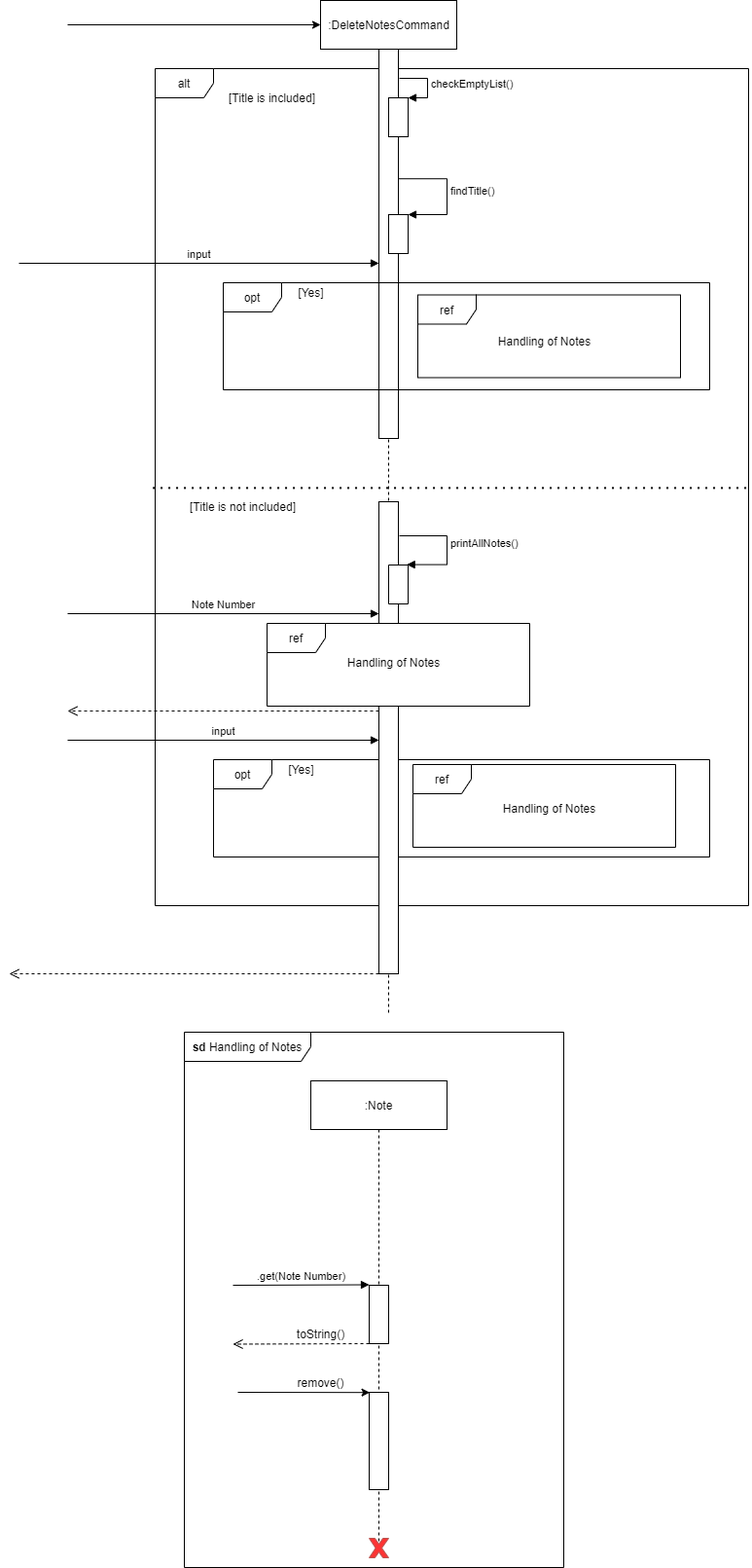
Before: docs/images/DeveloperGuide/Figure 4.5-2.png, a diagram exported from draw.io (skyaxe97/tp). Source tidied: cells renumbered, new cells last; positions are measured from the earlier drawing's top-left corner, leaving out a move shared by most shapes.
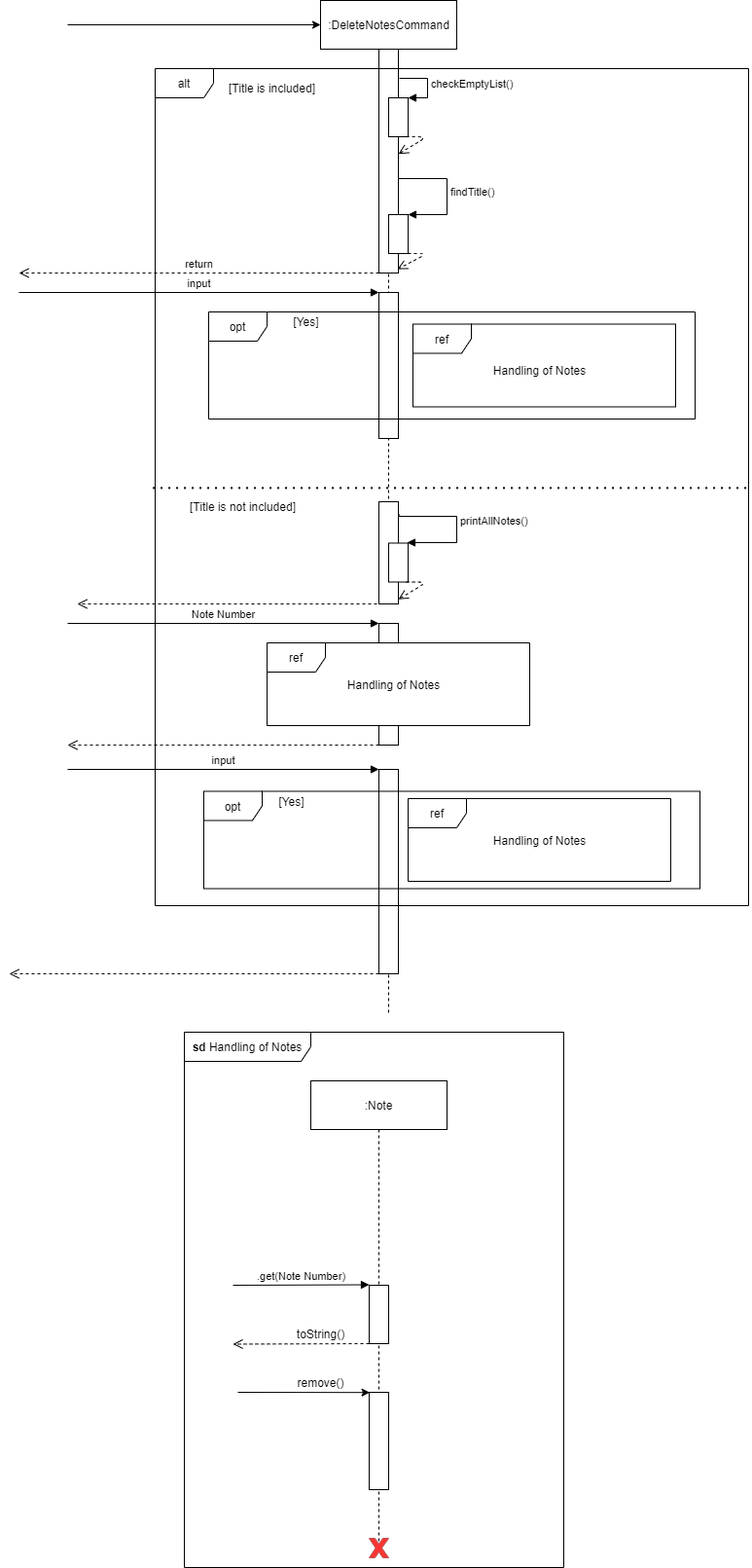
Later version of the same file.

The edit, as a diff of the source:
```diff
@@ -2,15 +2,15 @@
   <root>
     <mxCell id="0" />
     <mxCell id="1" parent="0" />
-    <mxCell id="2" value="ref" style="shape=umlFrame;whiteSpace=wrap;html=1;fillColor=#FFFFFF;" parent="1" vertex="1">
-      <mxGeometry x="265" y="640" width="270" height="85" as="geometry" />
-    </mxCell>
-    <mxCell id="3" value="opt" style="shape=umlFrame;whiteSpace=wrap;html=1;" parent="1" vertex="1">
-      <mxGeometry x="210" y="780" width="510" height="100" as="geometry" />
-    </mxCell>
-    <mxCell id="4" value="alt" style="shape=umlFrame;whiteSpace=wrap;html=1;" parent="1" vertex="1">
-      <mxGeometry x="150" y="70" width="610" height="860" as="geometry" />
-    </mxCell>
+    <mxCell id="45" style="rounded=0;whiteSpace=wrap;html=1;" parent="1" vertex="1">
+      <mxGeometry x="380" y="640" width="20" height="20" as="geometry" />
+    </mxCell>
+    <mxCell id="10" style="endArrow=none;dashed=1;html=1;entryX=0.5;entryY=1;entryDx=0;entryDy=0;exitX=0.5;exitY=1;exitDx=0;exitDy=0;" parent="1" edge="1" source="31" target="9">
+      <mxGeometry relative="1" as="geometry" />
+    </mxCell>
+    <mxCell id="46" style="rounded=0;whiteSpace=wrap;html=1;" parent="1" vertex="1">
+      <mxGeometry x="380" y="300" width="20" height="150" as="geometry" />
+    </mxCell>
     <mxCell id="5" value="&lt;b&gt;sd &lt;/b&gt;Handling of&amp;nbsp;Notes" style="shape=umlFrame;whiteSpace=wrap;html=1;fillColor=#FFFFFF;width=130;height=30;" parent="1" vertex="1">
       <mxGeometry x="180" y="1060" width="390" height="550" as="geometry" />
     </mxCell>
@@ -26,11 +26,8 @@
       </mxGeometry>
     </mxCell>
     <mxCell id="9" style="rounded=0;whiteSpace=wrap;html=1;" parent="1" vertex="1">
-      <mxGeometry x="380" y="50" width="20" height="400" as="geometry" />
+      <mxGeometry x="380" y="50" width="20" height="230" as="geometry" />
     </mxCell>
-    <mxCell id="10" style="endArrow=none;dashed=1;html=1;entryX=0.5;entryY=1;entryDx=0;entryDy=0;exitX=0.5;exitY=1;exitDx=0;exitDy=0;" parent="1" edge="1" source="31" target="9">
-      <mxGeometry relative="1" as="geometry" />
-    </mxCell>
     <mxCell id="11" style="html=1;points=[];perimeter=orthogonalPerimeter;" parent="1" vertex="1">
       <mxGeometry x="390" y="100" width="20" height="40" as="geometry" />
     </mxCell>
@@ -47,7 +44,7 @@
       <mxGeometry relative="1" as="geometry" />
     </mxCell>
     <mxCell id="14" value="[Title is included]" style="text;html=1;align=center;verticalAlign=middle;" parent="1" vertex="1">
-      <mxGeometry x="220" y="90" width="100" height="20" as="geometry" />
+      <mxGeometry x="220" y="80" width="100" height="20" as="geometry" />
     </mxCell>
     <mxCell id="15" value="[Title is not included]" style="text;html=1;align=center;verticalAlign=middle;" parent="1" vertex="1">
       <mxGeometry x="180" y="510" width="120" height="20" as="geometry" />
@@ -55,8 +52,9 @@
     <mxCell id="16" style="html=1;points=[];perimeter=orthogonalPerimeter;" parent="1" vertex="1">
       <mxGeometry x="390" y="220" width="20" height="40" as="geometry" />
     </mxCell>
-    <mxCell id="17" value="findTitle()" style="edgeStyle=orthogonalEdgeStyle;html=1;align=left;spacingLeft=2;endArrow=block;rounded=0;entryX=1;entryY=0;exitX=1;exitY=0.333;exitDx=0;exitDy=0;exitPerimeter=0;" parent="1" edge="1" source="9" target="16">
+    <mxCell id="17" value="findTitle()" style="edgeStyle=orthogonalEdgeStyle;html=1;align=left;spacingLeft=2;endArrow=block;rounded=0;entryX=1;entryY=0;" parent="1" edge="1" target="16">
       <mxGeometry relative="1" as="geometry">
+        <mxPoint x="400" y="183" as="sourcePoint" />
         <Array as="points">
           <mxPoint x="450" y="183" />
           <mxPoint x="450" y="220" />
@@ -76,47 +74,46 @@
       <mxGeometry x="60" y="470" width="20" height="20" as="geometry" />
     </mxCell>
     <mxCell id="22" value="opt" style="shape=umlFrame;whiteSpace=wrap;html=1;" parent="1" vertex="1">
-      <mxGeometry x="220" y="290" width="500" height="110" as="geometry" />
+      <mxGeometry x="205" y="320" width="500" height="110" as="geometry" />
     </mxCell>
     <mxCell id="23" value="[Yes]" style="text;html=1;align=center;verticalAlign=middle;" parent="1" vertex="1">
-      <mxGeometry x="290" y="290" width="40" height="20" as="geometry" />
+      <mxGeometry x="285" y="320" width="40" height="20" as="geometry" />
     </mxCell>
     <mxCell id="24" value="input" style="html=1;verticalAlign=bottom;endArrow=block;" parent="1" edge="1">
       <mxGeometry relative="1" as="geometry">
-        <mxPoint x="10" y="270" as="sourcePoint" />
-        <mxPoint x="380" y="270" as="targetPoint" />
+        <mxPoint x="10" y="300" as="sourcePoint" />
+        <mxPoint x="380" y="300" as="targetPoint" />
       </mxGeometry>
     </mxCell>
-    <mxCell id="25" value="printAllNotes()" style="edgeStyle=orthogonalEdgeStyle;html=1;align=left;spacingLeft=2;endArrow=block;rounded=0;entryX=-0.01;entryY=0.067;entryDx=0;entryDy=0;entryPerimeter=0;" parent="1" edge="1" target="32">
+    <mxCell id="25" value="printAllNotes()" style="edgeStyle=orthogonalEdgeStyle;html=1;align=left;spacingLeft=2;endArrow=block;rounded=0;exitX=1.031;exitY=0.123;exitDx=0;exitDy=0;exitPerimeter=0;" parent="1" edge="1" source="31">
       <mxGeometry x="-0.06" relative="1" as="geometry">
-        <mxPoint x="401" y="550" as="sourcePoint" />
+        <mxPoint x="409" y="557" as="targetPoint" />
         <Array as="points">
-          <mxPoint x="401" y="550" />
-          <mxPoint x="450" y="550" />
-          <mxPoint x="450" y="580" />
+          <mxPoint x="460" y="530" />
+          <mxPoint x="460" y="557" />
         </Array>
       </mxGeometry>
     </mxCell>
     <mxCell id="26" value="Note Number" style="html=1;verticalAlign=bottom;endArrow=block;" parent="1" edge="1">
       <mxGeometry relative="1" as="geometry">
-        <mxPoint x="60" y="630" as="sourcePoint" />
-        <mxPoint x="380" y="630" as="targetPoint" />
+        <mxPoint x="60" y="640" as="sourcePoint" />
+        <mxPoint x="380" y="640" as="targetPoint" />
       </mxGeometry>
     </mxCell>
     <mxCell id="27" style="html=1;verticalAlign=bottom;endArrow=open;dashed=1;endSize=8;" parent="1" edge="1">
       <mxGeometry relative="1" as="geometry">
-        <mxPoint x="380" y="730" as="sourcePoint" />
-        <mxPoint x="60" y="730" as="targetPoint" />
+        <mxPoint x="380" y="765" as="sourcePoint" />
+        <mxPoint x="60" y="765" as="targetPoint" />
       </mxGeometry>
     </mxCell>
     <mxCell id="28" value="input" style="html=1;verticalAlign=bottom;endArrow=block;" parent="1" edge="1">
       <mxGeometry relative="1" as="geometry">
-        <mxPoint x="60" y="760" as="sourcePoint" />
-        <mxPoint x="380" y="760" as="targetPoint" />
+        <mxPoint x="60" y="790" as="sourcePoint" />
+        <mxPoint x="380" y="790" as="targetPoint" />
       </mxGeometry>
     </mxCell>
     <mxCell id="29" value="[Yes]" style="text;html=1;align=center;verticalAlign=middle;" parent="1" vertex="1">
-      <mxGeometry x="280" y="780" width="40" height="20" as="geometry" />
+      <mxGeometry x="270" y="812.5" width="40" height="20" as="geometry" />
     </mxCell>
     <mxCell id="30" style="html=1;verticalAlign=bottom;endArrow=open;dashed=1;endSize=8;" parent="1" edge="1">
       <mxGeometry relative="1" as="geometry">
@@ -125,10 +122,10 @@
       </mxGeometry>
     </mxCell>
     <mxCell id="31" style="rounded=0;whiteSpace=wrap;html=1;" parent="1" vertex="1">
-      <mxGeometry x="380" y="515" width="20" height="125" as="geometry" />
+      <mxGeometry x="380" y="515" width="20" height="105" as="geometry" />
     </mxCell>
     <mxCell id="32" style="html=1;points=[];perimeter=orthogonalPerimeter;direction=south;" parent="1" vertex="1">
-      <mxGeometry x="390" y="580" width="20" height="40" as="geometry" />
+      <mxGeometry x="390" y="557.5" width="20" height="40" as="geometry" />
     </mxCell>
     <mxCell id="33" value=".get(Note Number)" style="html=1;verticalAlign=bottom;endArrow=block;" parent="1" edge="1">
       <mxGeometry relative="1" as="geometry">
@@ -154,27 +151,76 @@
       <mxGeometry x="290" y="1410" width="60" height="20" as="geometry" />
     </mxCell>
     <mxCell id="38" value="ref" style="shape=umlFrame;whiteSpace=wrap;html=1;fillColor=#FFFFFF;" parent="1" vertex="1">
-      <mxGeometry x="420" y="302.5" width="270" height="85" as="geometry" />
+      <mxGeometry x="415" y="332.5" width="270" height="85" as="geometry" />
     </mxCell>
     <mxCell id="39" value="Handling of Notes" style="text;html=1;align=center;verticalAlign=middle;" parent="1" vertex="1">
-      <mxGeometry x="495" y="340" width="110" height="20" as="geometry" />
+      <mxGeometry x="490" y="370" width="110" height="20" as="geometry" />
     </mxCell>
     <mxCell id="40" value="ref" style="shape=umlFrame;whiteSpace=wrap;html=1;fillColor=#FFFFFF;" parent="1" vertex="1">
-      <mxGeometry x="415" y="785" width="270" height="85" as="geometry" />
+      <mxGeometry x="410" y="820" width="270" height="85" as="geometry" />
     </mxCell>
     <mxCell id="41" value="Handling of Notes" style="text;html=1;align=center;verticalAlign=middle;" parent="1" vertex="1">
-      <mxGeometry x="500" y="820" width="110" height="20" as="geometry" />
+      <mxGeometry x="490" y="852.5" width="110" height="20" as="geometry" />
     </mxCell>
     <mxCell id="42" value="Handling of Notes" style="text;html=1;align=center;verticalAlign=middle;" parent="1" vertex="1">
-      <mxGeometry x="340" y="670" width="110" height="20" as="geometry" />
+      <mxGeometry x="340" y="692.5" width="110" height="20" as="geometry" />
     </mxCell>
     <mxCell id="43" style="rounded=0;whiteSpace=wrap;html=1;" parent="1" vertex="1">
-      <mxGeometry x="380" y="725" width="20" height="275" as="geometry" />
+      <mxGeometry x="380" y="790" width="20" height="210" as="geometry" />
     </mxCell>
     <mxCell id="44" style="endArrow=none;dashed=1;html=1;entryX=0.5;entryY=1;entryDx=0;entryDy=0;" parent="1" edge="1" target="43">
       <mxGeometry relative="1" as="geometry">
         <mxPoint x="390" y="1040" as="sourcePoint" />
       </mxGeometry>
     </mxCell>
+    <mxCell id="47" style="html=1;verticalAlign=bottom;endArrow=open;dashed=1;endSize=8;exitX=0.96;exitY=1.025;exitDx=0;exitDy=0;exitPerimeter=0;entryX=1.014;entryY=0.225;entryDx=0;entryDy=0;entryPerimeter=0;" parent="1" edge="1">
+      <mxGeometry x="-0.06" y="-9" relative="1" as="geometry">
+        <mxPoint x="408.1" y="140" as="sourcePoint" />
+        <mxPoint x="400" y="157.8" as="targetPoint" />
+        <Array as="points">
+          <mxPoint x="429.7" y="140" />
+        </Array>
+      </mxGeometry>
+    </mxCell>
+    <mxCell id="48" style="html=1;verticalAlign=bottom;endArrow=open;dashed=1;endSize=8;exitX=1;exitY=1;exitDx=0;exitDy=0;exitPerimeter=0;entryX=0.95;entryY=0.983;entryDx=0;entryDy=0;entryPerimeter=0;" parent="1" edge="1" source="16" target="9">
+      <mxGeometry x="-0.06" y="-9" relative="1" as="geometry">
+        <Array as="points">
+          <mxPoint x="430" y="260" />
+        </Array>
+      </mxGeometry>
+    </mxCell>
+    <mxCell id="49" value="return" style="html=1;verticalAlign=bottom;endArrow=open;dashed=1;endSize=8;" parent="1" edge="1">
+      <mxGeometry relative="1" as="geometry">
+        <mxPoint x="380" y="280" as="sourcePoint" />
+        <mxPoint x="10" y="280" as="targetPoint" />
+      </mxGeometry>
+    </mxCell>
+    <mxCell id="50" style="html=1;verticalAlign=bottom;endArrow=open;dashed=1;endSize=8;exitX=0.96;exitY=1.025;exitDx=0;exitDy=0;exitPerimeter=0;entryX=1.014;entryY=0.225;entryDx=0;entryDy=0;entryPerimeter=0;" parent="1" edge="1">
+      <mxGeometry x="-0.06" y="-9" relative="1" as="geometry">
+        <mxPoint x="408.1" y="597.5" as="sourcePoint" />
+        <mxPoint x="400" y="615.2" as="targetPoint" />
+        <Array as="points">
+          <mxPoint x="429.7" y="597.5" />
+        </Array>
+      </mxGeometry>
+    </mxCell>
+    <mxCell id="51" style="html=1;verticalAlign=bottom;endArrow=open;dashed=1;endSize=8;" parent="1" edge="1">
+      <mxGeometry relative="1" as="geometry">
+        <mxPoint x="390" y="620" as="sourcePoint" />
+        <mxPoint x="70" y="620" as="targetPoint" />
+      </mxGeometry>
+    </mxCell>
+    <mxCell id="2" value="ref" style="shape=umlFrame;whiteSpace=wrap;html=1;fillColor=#FFFFFF;" parent="1" vertex="1">
+      <mxGeometry x="265" y="660" width="270" height="85" as="geometry" />
+    </mxCell>
+    <mxCell id="52" style="rounded=0;whiteSpace=wrap;html=1;" parent="1" vertex="1">
+      <mxGeometry x="380" y="745" width="20" height="20" as="geometry" />
+    </mxCell>
+    <mxCell id="3" value="opt" style="shape=umlFrame;whiteSpace=wrap;html=1;" parent="1" vertex="1">
+      <mxGeometry x="200" y="812.5" width="510" height="100" as="geometry" />
+    </mxCell>
+    <mxCell id="4" value="alt" style="shape=umlFrame;whiteSpace=wrap;html=1;" parent="1" vertex="1">
+      <mxGeometry x="150" y="70" width="610" height="860" as="geometry" />
+    </mxCell>
   </root>
 </mxGraphModel>
```
